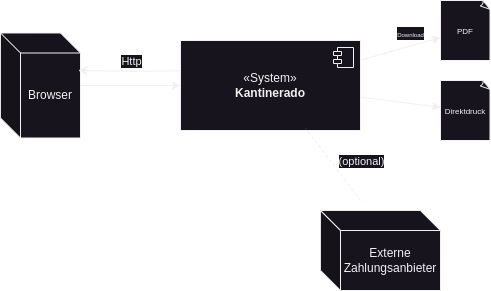
This is docs/resources/Context.png from Golo300/Kantinerado, a draw.io export, as it was before one commit. Source tidied: cells renumbered, new cells last; positions are measured from the earlier drawing's top-left corner, leaving out a move shared by most shapes. The source it was exported from:
```xml
<mxGraphModel>
  <root>
    <mxCell id="0" />
    <mxCell id="1" parent="0" />
    <mxCell id="2" value="«System»&lt;br&gt;&lt;b&gt;Kantinerado&lt;/b&gt;" style="html=1;whiteSpace=wrap;" parent="1" vertex="1">
      <mxGeometry x="180" y="40" width="180" height="90" as="geometry" />
    </mxCell>
    <mxCell id="3" style="shape=module;jettyWidth=8;jettyHeight=4;" parent="2" vertex="1">
      <mxGeometry x="1" width="20" height="20" relative="1" as="geometry">
        <mxPoint x="-27" y="7" as="offset" />
      </mxGeometry>
    </mxCell>
    <mxCell id="4" style="edgeStyle=orthogonalEdgeStyle;rounded=0;jettySize=auto;html=1;entryX=0;entryY=0.5;entryDx=0;entryDy=0;" parent="1" edge="1" source="6" target="2">
      <mxGeometry relative="1" as="geometry" />
    </mxCell>
    <mxCell id="5" value="Http" style="edgeLabel;html=1;align=center;verticalAlign=middle;" parent="4" vertex="1">
      <mxGeometry x="0.35" y="2" relative="1" as="geometry">
        <mxPoint x="-17" y="-23" as="offset" />
      </mxGeometry>
    </mxCell>
    <mxCell id="6" value="Browser" style="shape=cube;whiteSpace=wrap;html=1;boundedLbl=1;backgroundOutline=1;darkOpacity=0.05;darkOpacity2=0.1;" parent="1" vertex="1">
      <mxGeometry y="32.5" width="80" height="105" as="geometry" />
    </mxCell>
    <mxCell id="7" value="Externe Zahlungsanbieter" style="shape=cube;whiteSpace=wrap;html=1;boundedLbl=1;backgroundOutline=1;darkOpacity=0.05;darkOpacity2=0.1;" parent="1" vertex="1">
      <mxGeometry x="320" y="210" width="120" height="80" as="geometry" />
    </mxCell>
    <mxCell id="8" style="endArrow=none;dashed=1;html=1;rounded=0;entryX=0.697;entryY=0.98;entryDx=0;entryDy=0;entryPerimeter=0;" parent="1" edge="1" target="2">
      <mxGeometry relative="1" as="geometry">
        <mxPoint x="360" y="200" as="sourcePoint" />
      </mxGeometry>
    </mxCell>
    <mxCell id="9" value="(optional)" style="edgeLabel;html=1;align=center;verticalAlign=middle;" parent="8" vertex="1">
      <mxGeometry x="0.51" y="-3" relative="1" as="geometry">
        <mxPoint x="39" y="16" as="offset" />
      </mxGeometry>
    </mxCell>
    <mxCell id="10" style="edgeStyle=orthogonalEdgeStyle;rounded=0;orthogonalLoop=1;jettySize=auto;html=1;entryX=0.973;entryY=0.497;entryDx=0;entryDy=0;entryPerimeter=0;" parent="1" edge="1">
      <mxGeometry relative="1" as="geometry">
        <mxPoint x="180" y="70.3" as="sourcePoint" />
        <mxPoint x="77.8" y="70" as="targetPoint" />
      </mxGeometry>
    </mxCell>
    <mxCell id="11" value="&lt;font style=&quot;font-size: 8px;&quot;&gt;PDF&lt;/font&gt;" style="whiteSpace=wrap;html=1;shape=mxgraph.basic.document;" parent="1" vertex="1">
      <mxGeometry x="440" width="50" height="60" as="geometry" />
    </mxCell>
    <mxCell id="12" value="&lt;font style=&quot;font-size: 8px;&quot;&gt;Direktdruck&lt;/font&gt;" style="whiteSpace=wrap;html=1;shape=mxgraph.basic.document;" parent="1" vertex="1">
      <mxGeometry x="440" y="80" width="50" height="60" as="geometry" />
    </mxCell>
    <mxCell id="13" style="endArrow=classic;html=1;rounded=0;" parent="1" edge="1" source="2" target="11">
      <mxGeometry relative="1" as="geometry" />
    </mxCell>
    <mxCell id="14" value="&lt;font style=&quot;font-size: 6px;&quot;&gt;Download&lt;/font&gt;" style="edgeLabel;html=1;align=center;verticalAlign=middle;" parent="13" vertex="1">
      <mxGeometry x="-0.19" y="-1" relative="1" as="geometry">
        <mxPoint x="17" y="-19" as="offset" />
      </mxGeometry>
    </mxCell>
    <mxCell id="15" style="endArrow=classic;html=1;rounded=0;" parent="1" edge="1" source="2" target="12">
      <mxGeometry relative="1" as="geometry" />
    </mxCell>
  </root>
</mxGraphModel>
```
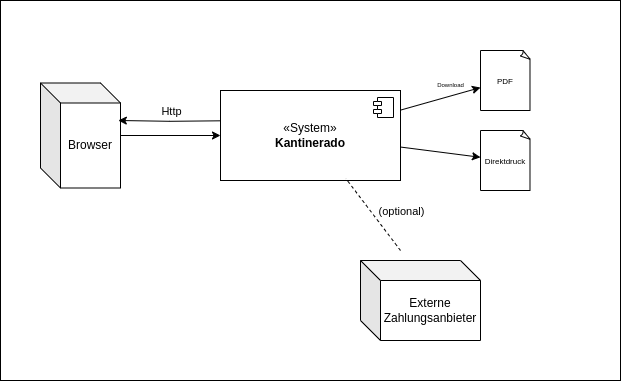
The same diagram one commit later.

Diff of the diagram source:
```diff
@@ -2,6 +2,9 @@
   <root>
     <mxCell id="0" />
     <mxCell id="1" parent="0" />
+    <mxCell id="16" style="rounded=0;whiteSpace=wrap;html=1;" parent="1" vertex="1">
+      <mxGeometry x="-40" y="-50" width="620" height="380" as="geometry" />
+    </mxCell>
     <mxCell id="2" value="«System»&lt;br&gt;&lt;b&gt;Kantinerado&lt;/b&gt;" style="html=1;whiteSpace=wrap;" parent="1" vertex="1">
       <mxGeometry x="180" y="40" width="180" height="90" as="geometry" />
     </mxCell>
```
